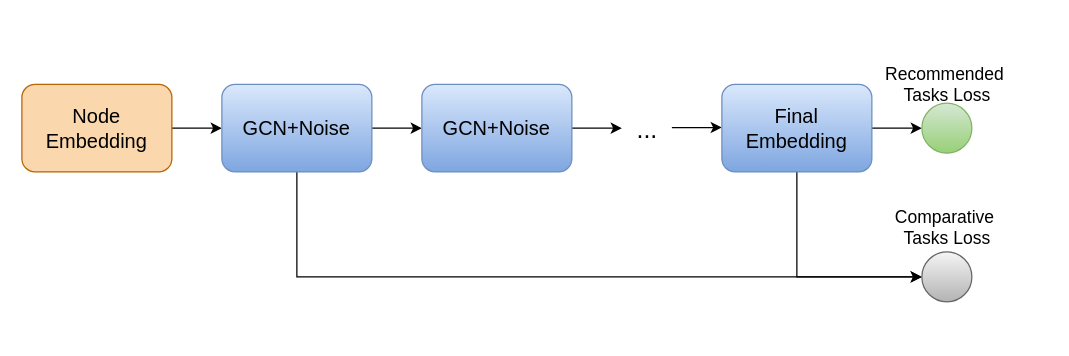
This is IOFiles/CL_BCGC/CL-BCGC训练架构图.drawio from ChenLilStarie/DrawIoFiles, a draw.io file, before an edit. Source tidied: cells renumbered, new cells numbered last; positions are measured from the earlier drawing's top-left corner, leaving out a move shared by most shapes. Both pictures are drawn from the tidied source at 125%, with x=0, y=0 at pixel (21, 52).
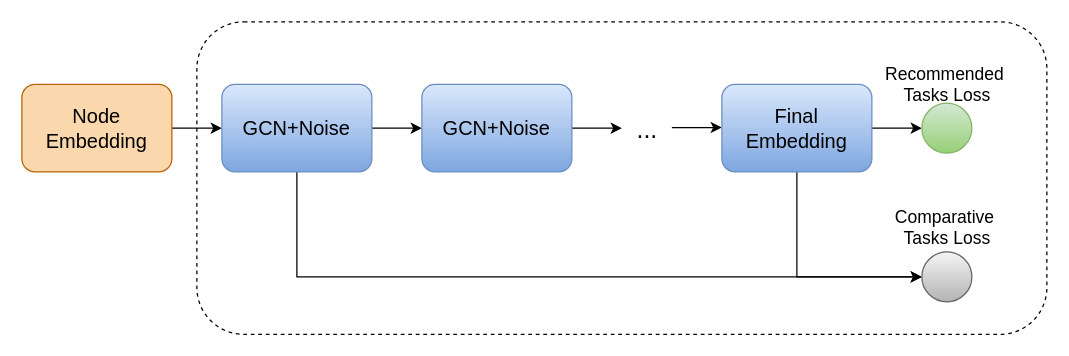
After the change.

Commit message (it also covers changes not shown here):
更新CL-BCGC训练架构图.drawio

The edit, as a diff of the source:
```diff
@@
+    <mxCell id="18" style="rounded=1;whiteSpace=wrap;html=1;dashed=1;" parent="1" vertex="1">
+      <mxGeometry x="140" y="-25" width="680" height="250" as="geometry" />
+    </mxCell>
```
